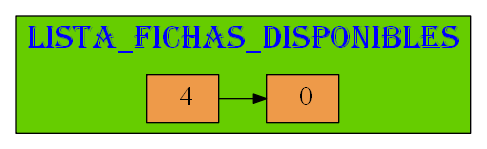
mariotun/EDD_1S2020_PY1_201602942 keeps this Graphviz diagram as Graficas/Score_Board_Usuario.dot.png. Above is the earlier version. Its source is kept beside it as Graficas/Score_Board_Usuario.dot.
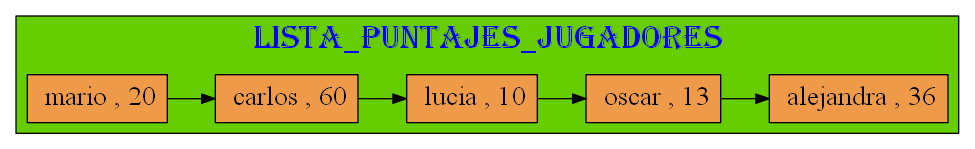
After the commit.

The edit, as a diff of the source:
```diff
@@ -7,17 +7,23 @@
 
 fontname=algerian
 fontsize=25;
-label="Lista_Fichas_Disponibles";
+label="Lista_Puntajes_Jugadores";
 fontcolor=blue
 style=filled
 fillcolor=chartreuse3
 labelloc=t;{rank=same;
-25770499504[label=" 4"];
-25770509136[label=" 0"];
+25770475872[label=" mario , 20"];
+25770475952[label=" carlos , 60"];
+25770476032[label=" lucia , 10"];
+25770476112[label=" oscar , 13"];
+25770476192[label=" alejandra , 36"];
 };
 
-25770499504->
-25770509136
+25770475872->
+25770475952->
+25770476032->
+25770476112->
+25770476192
 [dir=front color=black];
 
  }
```
